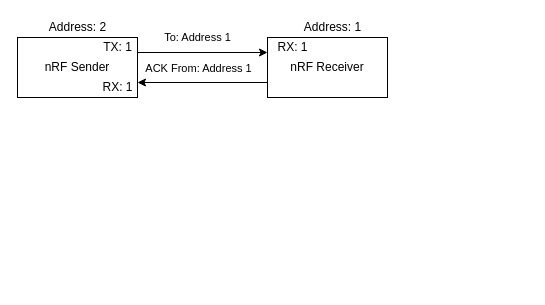
Before: static/diagrams/homio-multi-nrf-diagram.drawio in petrica/martinescu, a draw.io diagram. Source tidied: cells renumbered, new cells numbered last; positions are measured from the earlier drawing's top-left corner, leaving out a move shared by most shapes. Both pictures are drawn from the tidied source at 100%, with x=0, y=0 at pixel (17, 17).
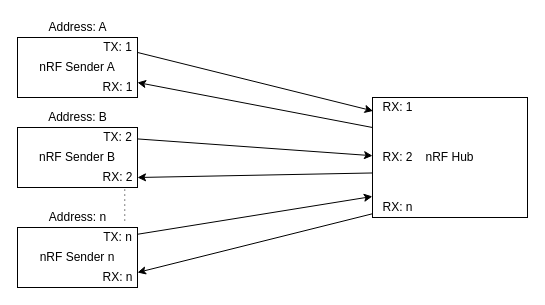
After the change.

Unchanged cells that the change refers to:
```xml
<mxCell id="10" value="TX: 1" style="text;html=1;align=center;verticalAlign=middle;points=[];strokeColor=none;" parent="1" vertex="1">
  <mxGeometry x="80" y="20" width="40" height="20" as="geometry" />
</mxCell>
```

Diff of the diagram source:
```diff
@@
-    <mxCell id="2" value="To: Address 1" style="edgeStyle=orthogonalEdgeStyle;rounded=0;jettySize=auto;html=1;entryX=0;entryY=0.25;entryDx=0;entryDy=0;exitX=1;exitY=0.25;exitDx=0;exitDy=0;" parent="1" edge="1" source="6" target="3">
-      <mxGeometry x="-0.08" y="15" relative="1" as="geometry" />
-    </mxCell>
-    <mxCell id="3" value="nRF Receiver" style="rounded=0;whiteSpace=wrap;html=1;align=center;" parent="1" vertex="1">
-      <mxGeometry x="250" y="20" width="120" height="60" as="geometry" />
-    </mxCell>
-    <mxCell id="4" style="edgeStyle=orthogonalEdgeStyle;rounded=0;jettySize=auto;html=1;exitX=0;exitY=0.75;exitDx=0;exitDy=0;entryX=1;entryY=0.75;entryDx=0;entryDy=0;" parent="1" edge="1" source="3" target="6">
-      <mxGeometry relative="1" as="geometry" />
-    </mxCell>
-    <mxCell id="5" value="ACK From: Address 1" style="edgeLabel;html=1;align=center;verticalAlign=middle;" parent="4" vertex="1">
-      <mxGeometry x="0.15" relative="1" as="geometry">
-        <mxPoint x="5" y="-15" as="offset" />
-      </mxGeometry>
-    </mxCell>
-    <mxCell id="6" value="nRF Sender" style="rounded=0;whiteSpace=wrap;html=1;align=center;" parent="1" vertex="1">
+    <mxCell id="6" value="nRF Sender A" style="rounded=0;whiteSpace=wrap;html=1;align=center;" parent="1" vertex="1">
       <mxGeometry y="20" width="120" height="60" as="geometry" />
     </mxCell>
-    <mxCell id="7" value="Address: 2" style="text;html=1;align=center;verticalAlign=middle;strokeColor=none;" parent="1" vertex="1">
+    <mxCell id="7" value="Address: A" style="text;html=1;align=center;verticalAlign=middle;strokeColor=none;" parent="1" vertex="1">
       <mxGeometry x="25" width="70" height="20" as="geometry" />
     </mxCell>
-    <mxCell id="8" value="Address: 1" style="text;html=1;align=center;verticalAlign=middle;strokeColor=none;" parent="1" vertex="1">
-      <mxGeometry x="280" width="70" height="20" as="geometry" />
-    </mxCell>
-    <mxCell id="9" value="RX: 1" style="text;html=1;align=center;verticalAlign=middle;points=[];strokeColor=none;" parent="1" vertex="1">
-      <mxGeometry x="250" y="20" width="50" height="20" as="geometry" />
-    </mxCell>
+    <mxCell id="12" style="rounded=0;jettySize=auto;html=1;entryX=0.011;entryY=0.672;entryDx=0;entryDy=0;entryPerimeter=0;endArrow=classic;endFill=1;" parent="1" edge="1" source="10" target="9">
+      <mxGeometry relative="1" as="geometry" />
+    </mxCell>
@@
+    <mxCell id="13" style="edgeStyle=orthogonalEdgeStyle;rounded=0;jettySize=auto;html=1;exitX=0.894;exitY=1.034;exitDx=0;exitDy=0;entryX=0.894;entryY=-0.057;entryDx=0;entryDy=0;endArrow=none;endFill=0;dashed=1;dashPattern=1 4;exitPerimeter=0;entryPerimeter=0;" parent="1" edge="1" source="14" target="15">
+      <mxGeometry relative="1" as="geometry" />
+    </mxCell>
+    <mxCell id="14" value="nRF Sender B" style="rounded=0;whiteSpace=wrap;html=1;align=center;" parent="1" vertex="1">
+      <mxGeometry y="110" width="120" height="60" as="geometry" />
+    </mxCell>
+    <mxCell id="15" value="nRF Sender n" style="rounded=0;whiteSpace=wrap;html=1;align=center;" parent="1" vertex="1">
+      <mxGeometry y="210" width="120" height="60" as="geometry" />
+    </mxCell>
+    <mxCell id="16" style="edgeStyle=none;rounded=0;jettySize=auto;html=1;endArrow=classic;endFill=1;" parent="1" edge="1" source="17" target="27">
+      <mxGeometry relative="1" as="geometry" />
+    </mxCell>
+    <mxCell id="17" value="TX: 2" style="text;html=1;align=center;verticalAlign=middle;points=[];strokeColor=none;" parent="1" vertex="1">
+      <mxGeometry x="80" y="110" width="40" height="20" as="geometry" />
+    </mxCell>
+    <mxCell id="18" value="RX: 2" style="text;html=1;align=center;verticalAlign=middle;strokeColor=none;" parent="1" vertex="1">
+      <mxGeometry x="75" y="150" width="50" height="20" as="geometry" />
+    </mxCell>
+    <mxCell id="19" style="edgeStyle=none;rounded=0;jettySize=auto;html=1;entryX=-0.003;entryY=-0.052;entryDx=0;entryDy=0;entryPerimeter=0;endArrow=classic;endFill=1;" parent="1" edge="1" source="20" target="29">
+      <mxGeometry relative="1" as="geometry" />
+    </mxCell>
+    <mxCell id="20" value="TX: n" style="text;html=1;align=center;verticalAlign=middle;points=[];strokeColor=none;" parent="1" vertex="1">
+      <mxGeometry x="80" y="210" width="40" height="20" as="geometry" />
+    </mxCell>
+    <mxCell id="21" value="RX: n" style="text;html=1;align=center;verticalAlign=middle;strokeColor=none;" parent="1" vertex="1">
+      <mxGeometry x="75" y="250" width="50" height="20" as="geometry" />
+    </mxCell>
+    <mxCell id="22" value="Address: B" style="text;html=1;align=center;verticalAlign=middle;strokeColor=none;" parent="1" vertex="1">
+      <mxGeometry x="25" y="90" width="70" height="20" as="geometry" />
+    </mxCell>
+    <mxCell id="23" value="Address: n" style="text;html=1;align=center;verticalAlign=middle;strokeColor=none;" parent="1" vertex="1">
+      <mxGeometry x="25" y="190" width="70" height="20" as="geometry" />
+    </mxCell>
+    <mxCell id="24" style="edgeStyle=none;rounded=0;jettySize=auto;html=1;exitX=0;exitY=0.25;exitDx=0;exitDy=0;entryX=1;entryY=0.75;entryDx=0;entryDy=0;endArrow=classic;endFill=1;" parent="1" edge="1" source="26" target="6">
+      <mxGeometry relative="1" as="geometry" />
+    </mxCell>
+    <mxCell id="25" style="edgeStyle=none;rounded=0;jettySize=auto;html=1;exitX=-0.001;exitY=0.629;exitDx=0;exitDy=0;endArrow=classic;endFill=1;exitPerimeter=0;" parent="1" edge="1" source="26">
+      <mxGeometry relative="1" as="geometry">
+        <mxPoint x="120" y="160" as="targetPoint" />
+      </mxGeometry>
+    </mxCell>
+    <mxCell id="26" value="nRF Hub" style="rounded=0;whiteSpace=wrap;html=1;" parent="1" vertex="1">
+      <mxGeometry x="355" y="80" width="155" height="120" as="geometry" />
+    </mxCell>
+    <mxCell id="9" value="RX: 1" style="text;html=1;align=center;verticalAlign=middle;points=[];strokeColor=none;" parent="1" vertex="1">
+      <mxGeometry x="355" y="80" width="50" height="20" as="geometry" />
+    </mxCell>
+    <mxCell id="27" value="RX: 2" style="text;html=1;align=center;verticalAlign=middle;points=[];strokeColor=none;" parent="1" vertex="1">
+      <mxGeometry x="355" y="130" width="50" height="20" as="geometry" />
+    </mxCell>
+    <mxCell id="28" style="edgeStyle=none;rounded=0;jettySize=auto;html=1;endArrow=classic;endFill=1;entryX=1;entryY=0.75;entryDx=0;entryDy=0;" parent="1" edge="1" source="29" target="15">
+      <mxGeometry relative="1" as="geometry" />
+    </mxCell>
+    <mxCell id="29" value="RX: n" style="text;html=1;align=center;verticalAlign=middle;points=[];strokeColor=none;" parent="1" vertex="1">
+      <mxGeometry x="355" y="180" width="50" height="20" as="geometry" />
+    </mxCell>
```
